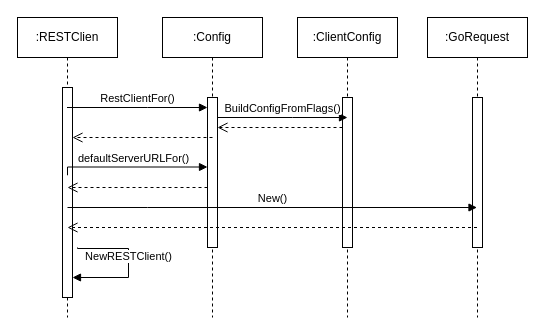
Before: 创建RESTClient时序图.drawio in elisaovivo/restful-api-demo, a draw.io diagram. Source tidied: cells renumbered, new cells numbered last; positions are measured from the earlier drawing's top-left corner, leaving out a move shared by most shapes. Both pictures are drawn from the tidied source at 100%, with x=0, y=0 at pixel (17, 17).
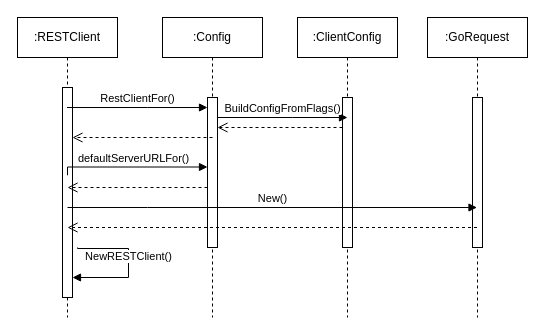
Above is the later version.

Commit message:
更新创建RESTClient时序图.drawio

The edit, as a diff of the source:
```diff
@@
-    <mxCell id="2" value=":RESTClien" style="shape=umlLifeline;perimeter=lifelinePerimeter;whiteSpace=wrap;html=1;outlineConnect=0;portConstraint=eastwest;newEdgeStyle={&quot;edgeStyle&quot;:&quot;elbowEdgeStyle&quot;,&quot;elbow&quot;:&quot;vertical&quot;,&quot;curved&quot;:0,&quot;rounded&quot;:0};" parent="1" vertex="1">
+    <mxCell id="2" value=":RESTClient" style="shape=umlLifeline;perimeter=lifelinePerimeter;whiteSpace=wrap;html=1;outlineConnect=0;portConstraint=eastwest;newEdgeStyle={&quot;edgeStyle&quot;:&quot;elbowEdgeStyle&quot;,&quot;elbow&quot;:&quot;vertical&quot;,&quot;curved&quot;:0,&quot;rounded&quot;:0};" parent="1" vertex="1">
       <mxGeometry width="100" height="300" as="geometry" />
     </mxCell>
```
